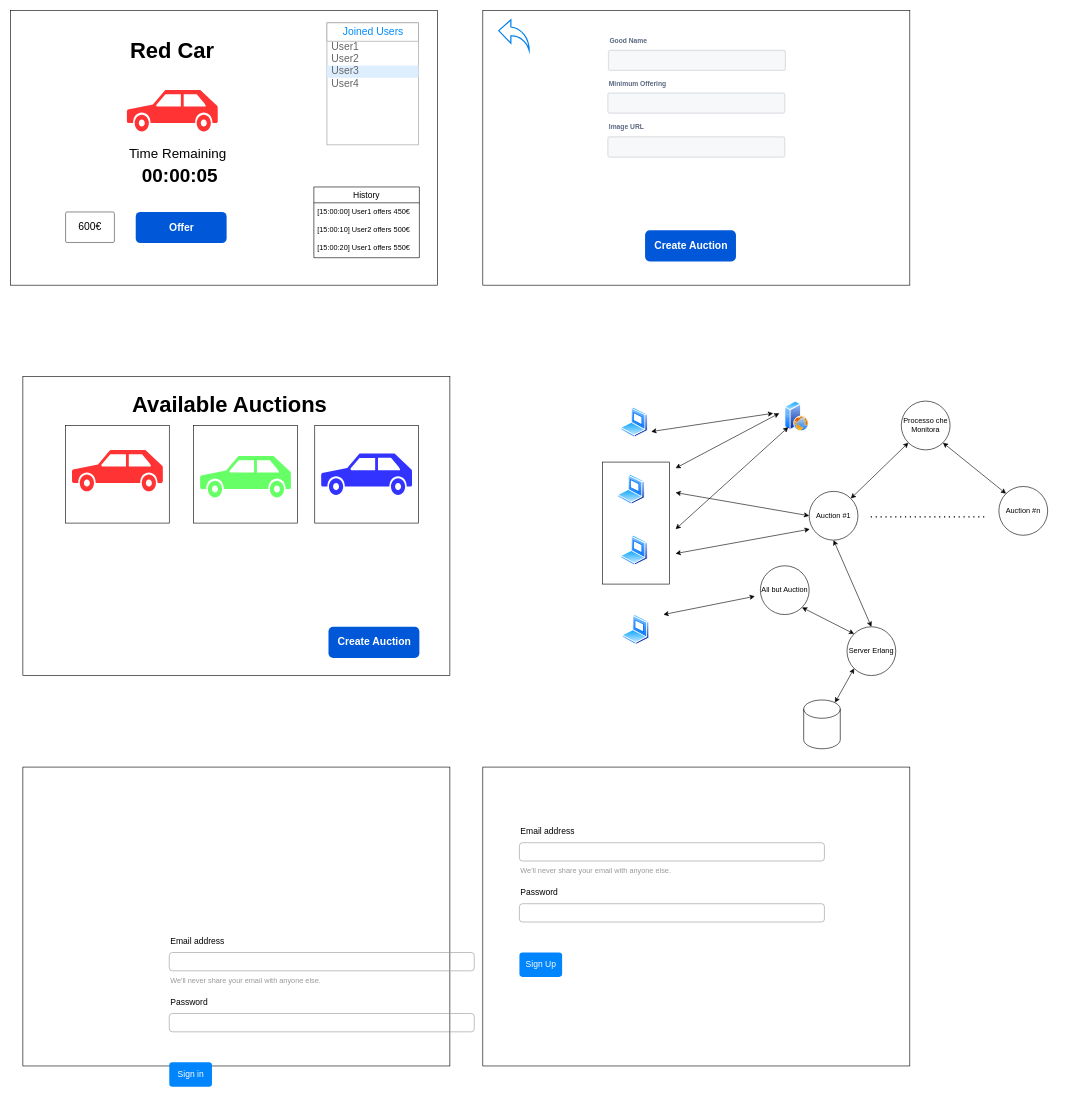
Before: wireframeDSMT.drawio in gerti98/DistributedSystemsProject, a draw.io diagram. Source tidied: cells renumbered, new cells numbered last; positions are measured from the earlier drawing's top-left corner, leaving out a move shared by most shapes. Both pictures are drawn from the tidied source at 61%, with x=0, y=0 at pixel (10, 10).
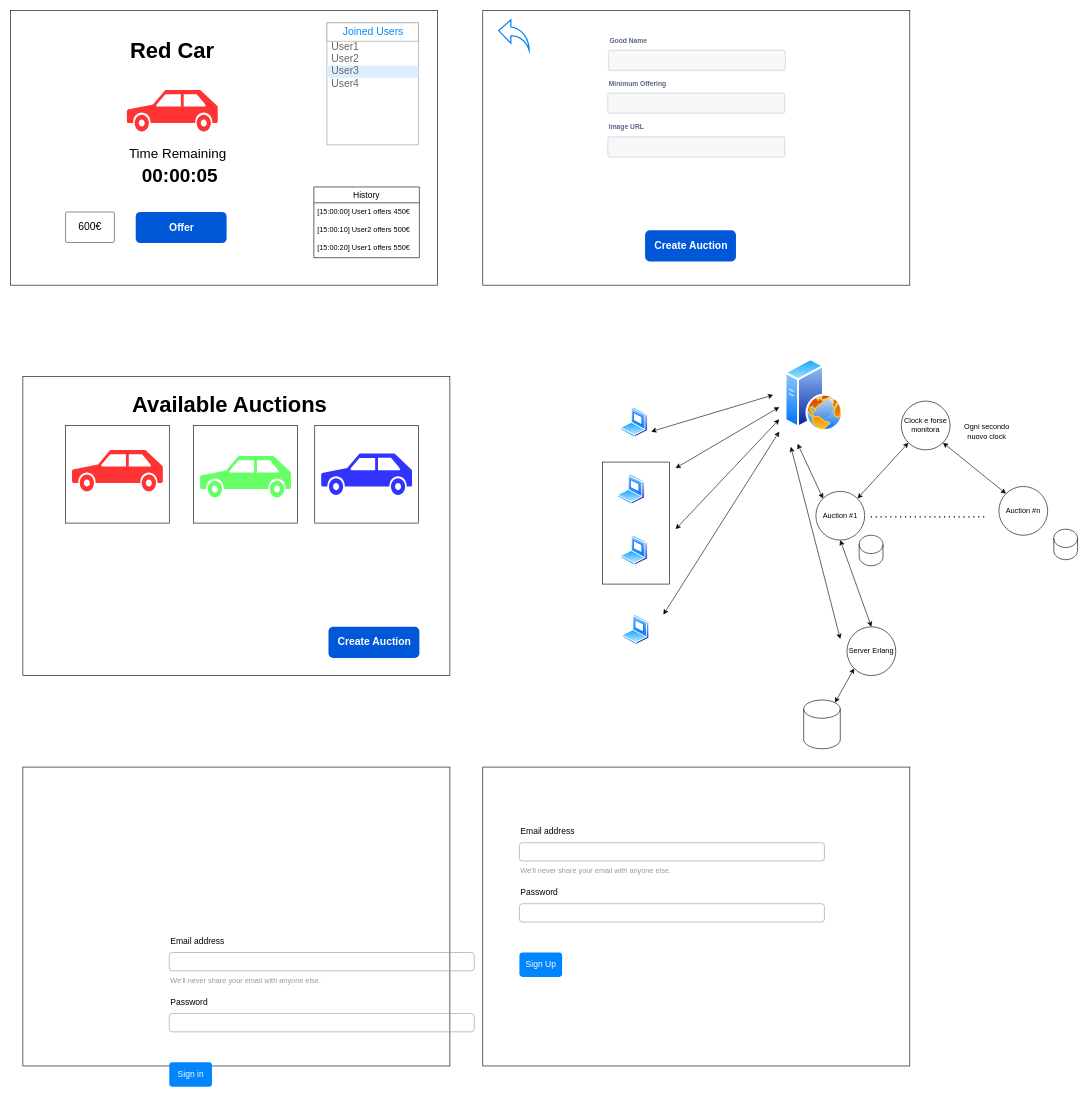
The same page after the edit.

The change refers to these unchanged cells:
```xml
<mxCell id="51" value="Server Erlang" style="ellipse;whiteSpace=wrap;html=1;" parent="1" vertex="1">
  <mxGeometry x="1371" y="1010" width="80" height="80" as="geometry" />
</mxCell>
```

What changed in the source:
```diff
@@
     <mxCell id="53" style="perimeter=ellipsePerimeter;html=1;align=center;shadow=0;dashed=0;spacingTop=3;image;image=img/lib/active_directory/web_server.svg;" parent="1" vertex="1">
-      <mxGeometry x="1269" y="640" width="40" height="50" as="geometry" />
+      <mxGeometry x="1269" y="570" width="96" height="120" as="geometry" />
     </mxCell>
@@
-    <mxCell id="57" style="endArrow=classic;startArrow=classic;html=1;rounded=0;entryX=0;entryY=1;entryDx=0;entryDy=0;" parent="1" edge="1" target="53">
+    <mxCell id="57" style="endArrow=classic;startArrow=classic;html=1;rounded=0;" parent="1" edge="1">
       <mxGeometry relative="1" as="geometry">
         <mxPoint x="1090" y="850" as="sourcePoint" />
+        <mxPoint x="1260" y="670" as="targetPoint" />
       </mxGeometry>
     </mxCell>
     <mxCell id="58" style="endArrow=classic;startArrow=classic;html=1;rounded=0;" parent="1" edge="1">
       <mxGeometry relative="1" as="geometry">
         <mxPoint x="1090" y="750" as="sourcePoint" />
-        <mxPoint x="1260" y="660" as="targetPoint" />
+        <mxPoint x="1260" y="650" as="targetPoint" />
       </mxGeometry>
     </mxCell>
     <mxCell id="59" style="endArrow=classic;startArrow=classic;html=1;rounded=0;" parent="1" edge="1">
       <mxGeometry relative="1" as="geometry">
         <mxPoint x="1050" y="690" as="sourcePoint" />
-        <mxPoint x="1250" y="660" as="targetPoint" />
+        <mxPoint x="1250" y="630" as="targetPoint" />
       </mxGeometry>
     </mxCell>
@@
     <mxCell id="61" value="Auction #1" style="ellipse;whiteSpace=wrap;html=1;" parent="1" vertex="1">
-      <mxGeometry x="1309" y="788" width="80" height="80" as="geometry" />
+      <mxGeometry x="1320" y="788" width="80" height="80" as="geometry" />
     </mxCell>
-    <mxCell id="62" style="endArrow=classic;startArrow=classic;html=1;rounded=0;entryX=0.012;entryY=0.775;entryDx=0;entryDy=0;entryPerimeter=0;" parent="1" edge="1" target="61">
+    <mxCell id="62" style="endArrow=classic;startArrow=classic;html=1;rounded=0;entryX=0;entryY=0;entryDx=0;entryDy=0;" parent="1" edge="1" target="61">
       <mxGeometry relative="1" as="geometry">
-        <mxPoint x="1090" y="890" as="sourcePoint" />
+        <mxPoint x="1290" y="710" as="sourcePoint" />
       </mxGeometry>
     </mxCell>
-    <mxCell id="63" style="endArrow=classic;startArrow=classic;html=1;rounded=0;entryX=0;entryY=0.5;entryDx=0;entryDy=0;" parent="1" edge="1" target="61">
-      <mxGeometry relative="1" as="geometry">
-        <mxPoint x="1090" y="790" as="sourcePoint" />
-      </mxGeometry>
-    </mxCell>
@@
-    <mxCell id="65" value="Processo che Monitora" style="ellipse;whiteSpace=wrap;html=1;fillColor=none;" parent="1" vertex="1">
+    <mxCell id="65" value="Clock e forse monitora" style="ellipse;whiteSpace=wrap;html=1;fillColor=none;" parent="1" vertex="1">
       <mxGeometry x="1460" y="640" width="80" height="80" as="geometry" />
     </mxCell>
@@
-    <mxCell id="71" value="All but Auction" style="ellipse;whiteSpace=wrap;html=1;fillColor=none;" parent="1" vertex="1">
-      <mxGeometry x="1229" y="910" width="80" height="80" as="geometry" />
-    </mxCell>
-    <mxCell id="72" style="endArrow=classic;startArrow=classic;html=1;rounded=0;entryX=1;entryY=1;entryDx=0;entryDy=0;exitX=0;exitY=0;exitDx=0;exitDy=0;" parent="1" edge="1" source="51" target="71">
-      <mxGeometry relative="1" as="geometry" />
-    </mxCell>
     <mxCell id="73" style="endArrow=classic;startArrow=classic;html=1;rounded=0;" parent="1" edge="1">
       <mxGeometry relative="1" as="geometry">
         <mxPoint x="1070" y="990" as="sourcePoint" />
-        <mxPoint x="1220" y="960" as="targetPoint" />
+        <mxPoint x="1260" y="690" as="targetPoint" />
       </mxGeometry>
     </mxCell>
@@
+    <mxCell id="75" value="Ogni secondo &lt;br&gt;nuovo clock" style="text;html=1;align=center;verticalAlign=middle;strokeColor=none;fillColor=none;" parent="1" vertex="1">
+      <mxGeometry x="1555" y="675" width="90" height="30" as="geometry" />
+    </mxCell>
+    <mxCell id="76" style="endArrow=classic;startArrow=classic;html=1;rounded=0;" parent="1" edge="1">
+      <mxGeometry relative="1" as="geometry">
+        <mxPoint x="1279" y="715" as="sourcePoint" />
+        <mxPoint x="1360" y="1030" as="targetPoint" />
+      </mxGeometry>
+    </mxCell>
+    <mxCell id="77" style="shape=cylinder3;whiteSpace=wrap;html=1;boundedLbl=1;backgroundOutline=1;size=15;" parent="1" vertex="1">
+      <mxGeometry x="1391" y="860" width="39" height="50" as="geometry" />
+    </mxCell>
+    <mxCell id="78" style="shape=cylinder3;whiteSpace=wrap;html=1;boundedLbl=1;backgroundOutline=1;size=15;" parent="1" vertex="1">
+      <mxGeometry x="1710" y="850" width="39" height="50" as="geometry" />
+    </mxCell>
```
